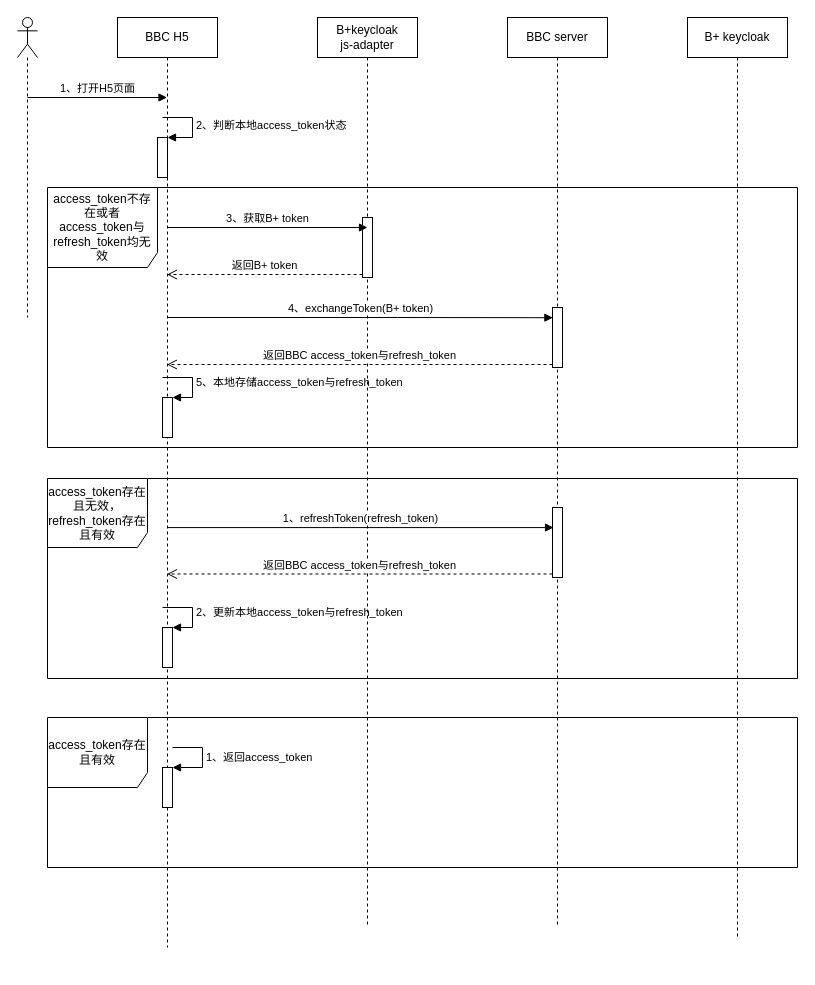
Before: BBC授权流程.drawio in huturenji/drawio, a draw.io diagram. Source tidied: cells renumbered, new cells numbered last; positions are measured from the earlier drawing's top-left corner, leaving out a move shared by most shapes. Both pictures are drawn from the tidied source at 100%, with x=0, y=0 at pixel (17, 17).
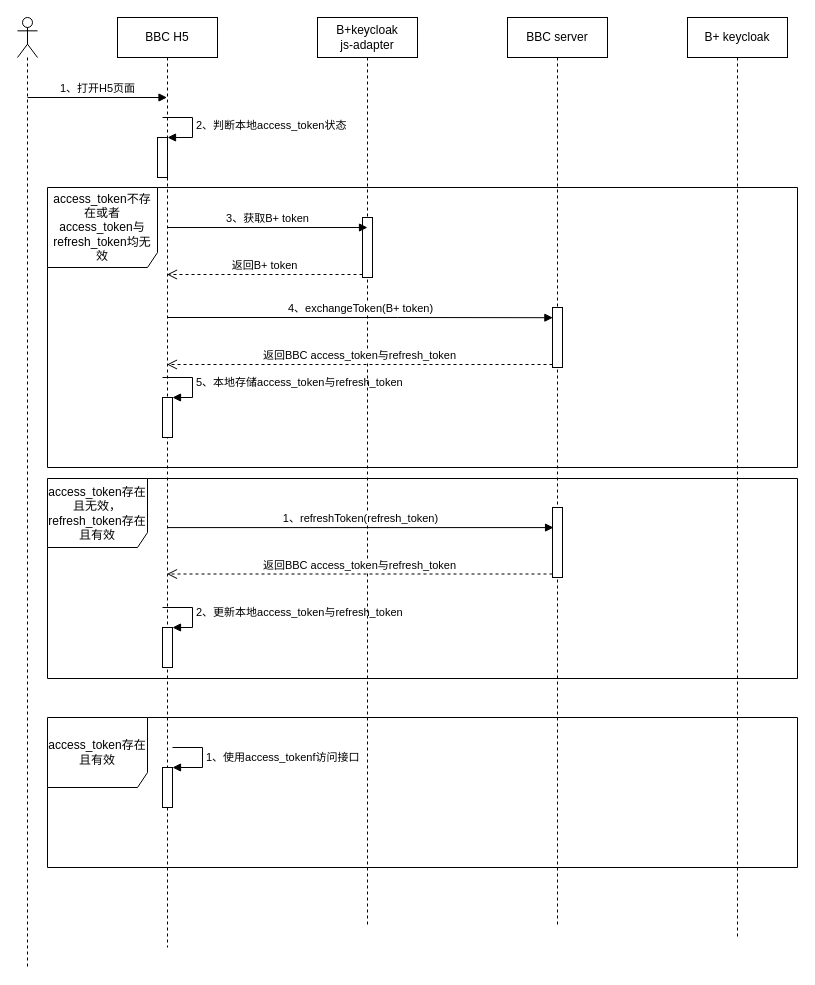
The same diagram, later.

Commit message:
更新BBC授权流程.drawio

Unchanged cells that the change refers to:
```xml
<mxCell id="26" style="html=1;points=[];perimeter=orthogonalPerimeter;" parent="1" vertex="1">
  <mxGeometry x="145" y="750" width="10" height="40" as="geometry" />
</mxCell>
```

What changed in the source:
```diff
@@
     <mxCell id="3" value="access_token不存在或者access_token与refresh_token均无效" style="shape=umlFrame;whiteSpace=wrap;html=1;width=110;height=80;" parent="1" vertex="1">
-      <mxGeometry x="30" y="170" width="750" height="260" as="geometry" />
+      <mxGeometry x="30" y="170" width="750" height="280" as="geometry" />
     </mxCell>
@@
     <mxCell id="14" style="shape=umlLifeline;participant=umlActor;perimeter=lifelinePerimeter;whiteSpace=wrap;html=1;verticalAlign=top;spacingTop=36;" parent="1" vertex="1">
-      <mxGeometry width="20" height="300" as="geometry" />
+      <mxGeometry width="20" height="950" as="geometry" />
     </mxCell>
@@
-    <mxCell id="27" value="1、返回access_token" style="edgeStyle=orthogonalEdgeStyle;html=1;align=left;spacingLeft=2;endArrow=block;rounded=0;entryX=1;entryY=0;" parent="1" edge="1" target="26">
+    <mxCell id="27" value="1、使用access_tokenf访问接口" style="edgeStyle=orthogonalEdgeStyle;html=1;align=left;spacingLeft=2;endArrow=block;rounded=0;entryX=1;entryY=0;" parent="1" edge="1" target="26">
       <mxGeometry relative="1" as="geometry">
         <mxPoint x="155" y="730" as="sourcePoint" />
         <Array as="points">
           <mxPoint x="185" y="730" />
         </Array>
       </mxGeometry>
     </mxCell>
```
